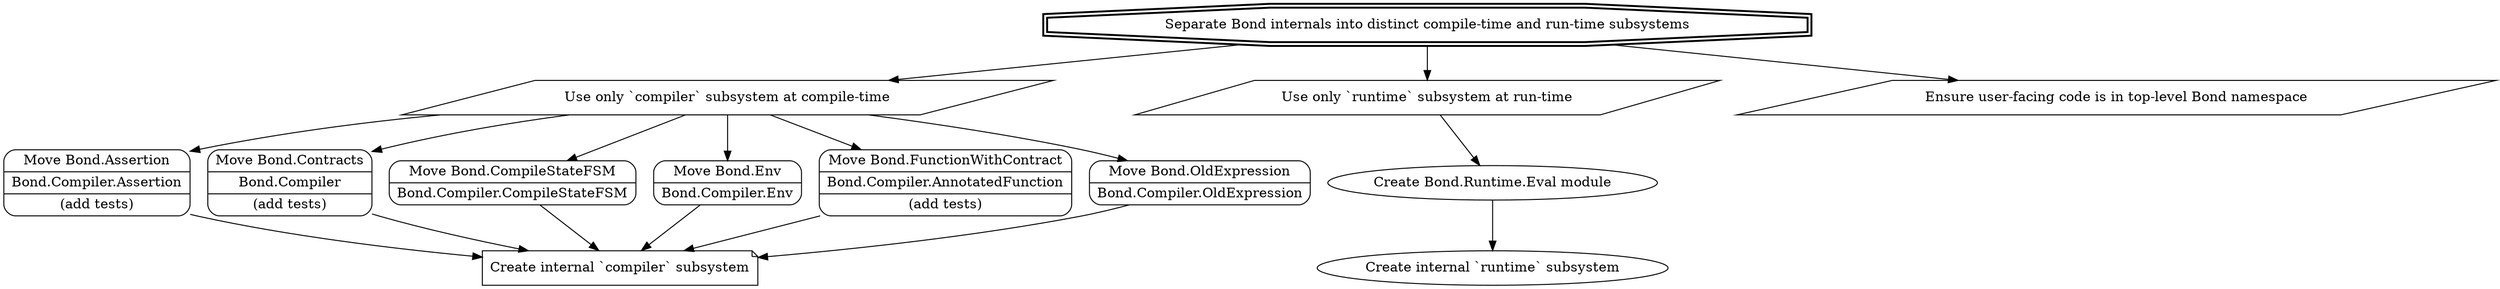
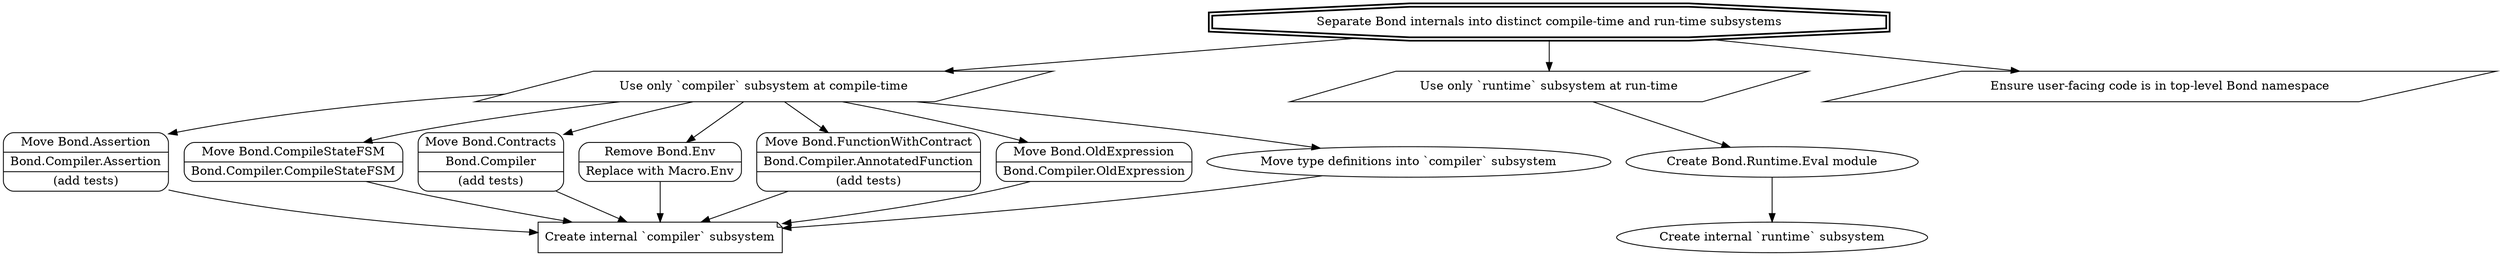
digraph {
  goal [label="Separate Bond internals into distinct compile-time and run-time subsystems", style=bold, shape=doubleoctagon]
  compiler_subsystem [label="Create internal `compiler` subsystem", shape=note]
  runtime_subsystem [label="Create internal `runtime` subsystem"]

  compile_time [label="Use only `compiler` subsystem at compile-time", shape=parallelogram]
  run_time [label="Use only `runtime` subsystem at run-time", shape=parallelogram]
  user_code [label="Ensure user-facing code is in top-level Bond namespace", shape=parallelogram]
  create_bond_eval [label="Create Bond.Runtime.Eval module"]
  move_assertion [shape=Mrecord, label="{Move Bond.Assertion|Bond.Compiler.Assertion|(add tests)}"]
+   move_compiler_fsm [shape=Mrecord, label="{Move Bond.CompileStateFSM|Bond.Compiler.CompileStateFSM}"]
  move_contracts [shape=Mrecord, label="{Move Bond.Contracts|Bond.Compiler|(add tests)}"]
-   move_compiler_fsm [shape=Mrecord, label="{Move Bond.CompileStateFSM|Bond.Compiler.CompileStateFSM}"]
-   move_env [shape=Mrecord, label="{Move Bond.Env|Bond.Compiler.Env}"]
+   remove_env [shape=Mrecord, label="{Remove Bond.Env|Replace with Macro.Env}"]
  move_function_with_contract [shape=Mrecord, label="{Move Bond.FunctionWithContract|Bond.Compiler.AnnotatedFunction|(add tests)}"]
  move_old_expression [shape=Mrecord, label="{Move Bond.OldExpression|Bond.Compiler.OldExpression}"]
+   move_type_defs [label="Move type definitions into `compiler` subsystem"]
  // create_annotated_function [label="Create Bond.Compiler.AnnotatedFunction"]
  // annotated_function_struct [label="Add struct to AnnotatedFunction"]
  // annotated_function_multi_clause [label="AnnotatedFunction represents all clauses of a function"]
  // replace_function_with_contract_with_annotated_function [label="Replace FunctionWithContract with AnnotatedFunction"]

-   goal -> compile_time -> {move_assertion move_compiler_fsm move_contracts move_env move_function_with_contract move_old_expression} -> compiler_subsystem
+   goal -> compile_time -> {move_assertion move_compiler_fsm move_contracts remove_env move_function_with_contract move_old_expression move_type_defs} -> compiler_subsystem
  // goal -> replace_function_with_contract_with_annotated_function -> annotated_function_multi_clause -> annotated_function_struct -> create_annotated_function -> compiler
  goal -> run_time -> create_bond_eval -> runtime_subsystem
  goal -> user_code
}
